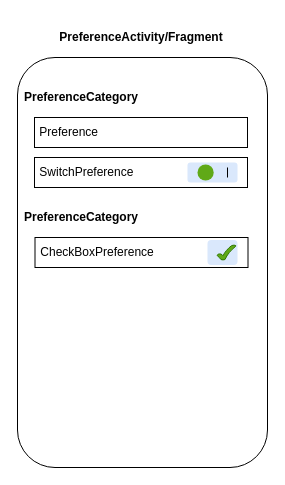
Earlier version of the draw.io diagram Preference.drawio (ellisonchan/MineGraph). Source tidied: cells renumbered, new cells numbered last; positions are measured from the earlier drawing's top-left corner, leaving out a move shared by most shapes. Both pictures are drawn from the tidied source at 100%, with x=0, y=0 at pixel (17, 17).
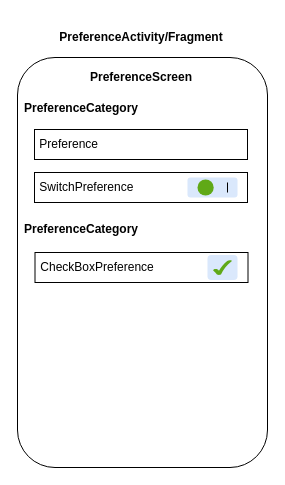
Above is the later version.

The edit, as a diff of the source:
```diff
@@
 <mxGraphModel>
   <root>
     <mxCell id="0" />
     <mxCell id="1" parent="0" />
     <mxCell id="2" style="rounded=1;whiteSpace=wrap;html=1;" parent="1" vertex="1">
       <mxGeometry y="40" width="250" height="410" as="geometry" />
     </mxCell>
     <mxCell id="3" value="&amp;nbsp;Preference" style="rounded=0;whiteSpace=wrap;html=1;align=left;" parent="1" vertex="1">
-      <mxGeometry x="17" y="100" width="213" height="30" as="geometry" />
+      <mxGeometry x="17" y="112" width="213" height="30" as="geometry" />
     </mxCell>
     <mxCell id="4" value="&lt;span&gt;&amp;nbsp;SwitchPreference&lt;/span&gt;" style="rounded=0;whiteSpace=wrap;html=1;align=left;" parent="1" vertex="1">
-      <mxGeometry x="17" y="140" width="213" height="30" as="geometry" />
+      <mxGeometry x="17" y="155" width="213" height="30" as="geometry" />
     </mxCell>
     <mxCell id="5" value="&lt;span&gt;&amp;nbsp;CheckBoxPreference&lt;/span&gt;" style="rounded=0;whiteSpace=wrap;html=1;align=left;" parent="1" vertex="1">
-      <mxGeometry x="17.5" y="220" width="213" height="30" as="geometry" />
+      <mxGeometry x="17.5" y="235" width="213" height="30" as="geometry" />
     </mxCell>
     <mxCell id="6" value="&lt;b&gt;PreferenceCategory&lt;/b&gt;" style="rounded=1;whiteSpace=wrap;html=1;fillColor=none;strokeColor=none;" parent="1" vertex="1">
-      <mxGeometry x="4" y="60" width="120" height="40" as="geometry" />
+      <mxGeometry x="4" y="71" width="120" height="40" as="geometry" />
     </mxCell>
     <mxCell id="7" value="&lt;b&gt;PreferenceCategory&lt;/b&gt;" style="rounded=1;whiteSpace=wrap;html=1;fillColor=none;strokeColor=none;" parent="1" vertex="1">
-      <mxGeometry x="4" y="180" width="120" height="40" as="geometry" />
+      <mxGeometry x="4" y="192" width="120" height="40" as="geometry" />
     </mxCell>
     <mxCell id="8" value="&lt;b&gt;PreferenceActivity/Fragment&lt;/b&gt;" style="rounded=1;whiteSpace=wrap;html=1;fillColor=none;strokeColor=none;" parent="1" vertex="1">
       <mxGeometry x="29" width="190" height="40" as="geometry" />
     </mxCell>
     <mxCell id="9" style="rounded=1;whiteSpace=wrap;html=1;fillColor=#dae8fc;strokeColor=none;" parent="1" vertex="1">
-      <mxGeometry x="170" y="145" width="50" height="20" as="geometry" />
+      <mxGeometry x="170" y="160" width="50" height="20" as="geometry" />
     </mxCell>
     <mxCell id="10" style="ellipse;whiteSpace=wrap;html=1;fillColor=#60a917;fontColor=#ffffff;strokeColor=none;" parent="1" vertex="1">
-      <mxGeometry x="180" y="146.9" width="16.2" height="16.2" as="geometry" />
+      <mxGeometry x="180" y="161.9" width="16.2" height="16.2" as="geometry" />
     </mxCell>
     <mxCell id="11" style="endArrow=none;html=1;" parent="1" edge="1">
       <mxGeometry relative="1" as="geometry">
-        <mxPoint x="210" y="160" as="sourcePoint" />
-        <mxPoint x="210" y="150" as="targetPoint" />
+        <mxPoint x="210" y="175" as="sourcePoint" />
+        <mxPoint x="210" y="165" as="targetPoint" />
       </mxGeometry>
     </mxCell>
     <mxCell id="12" style="rounded=1;whiteSpace=wrap;html=1;fillColor=#dae8fc;strokeColor=none;" parent="1" vertex="1">
-      <mxGeometry x="190" y="222.5" width="30" height="25" as="geometry" />
+      <mxGeometry x="190" y="237.5" width="30" height="25" as="geometry" />
     </mxCell>
-    <mxCell id="13" style="verticalLabelPosition=bottom;verticalAlign=top;html=1;shape=mxgraph.basic.tick;fillColor=#60a917;strokeColor=#2D7600;fontColor=#ffffff;" parent="1" vertex="1">
-      <mxGeometry x="199.6" y="227.5" width="18.8" height="15" as="geometry" />
+    <mxCell id="13" style="verticalLabelPosition=bottom;verticalAlign=top;html=1;shape=mxgraph.basic.tick;fillColor=#60a917;fontColor=#ffffff;strokeColor=none;" parent="1" vertex="1">
+      <mxGeometry x="195.6" y="242.5" width="18.8" height="15" as="geometry" />
     </mxCell>
+    <mxCell id="14" value="&lt;b&gt;PreferenceScreen&lt;/b&gt;" style="rounded=1;whiteSpace=wrap;html=1;fillColor=none;strokeColor=none;" parent="1" vertex="1">
+      <mxGeometry x="64" y="40" width="120" height="40" as="geometry" />
+    </mxCell>
   </root>
 </mxGraphModel>
```
